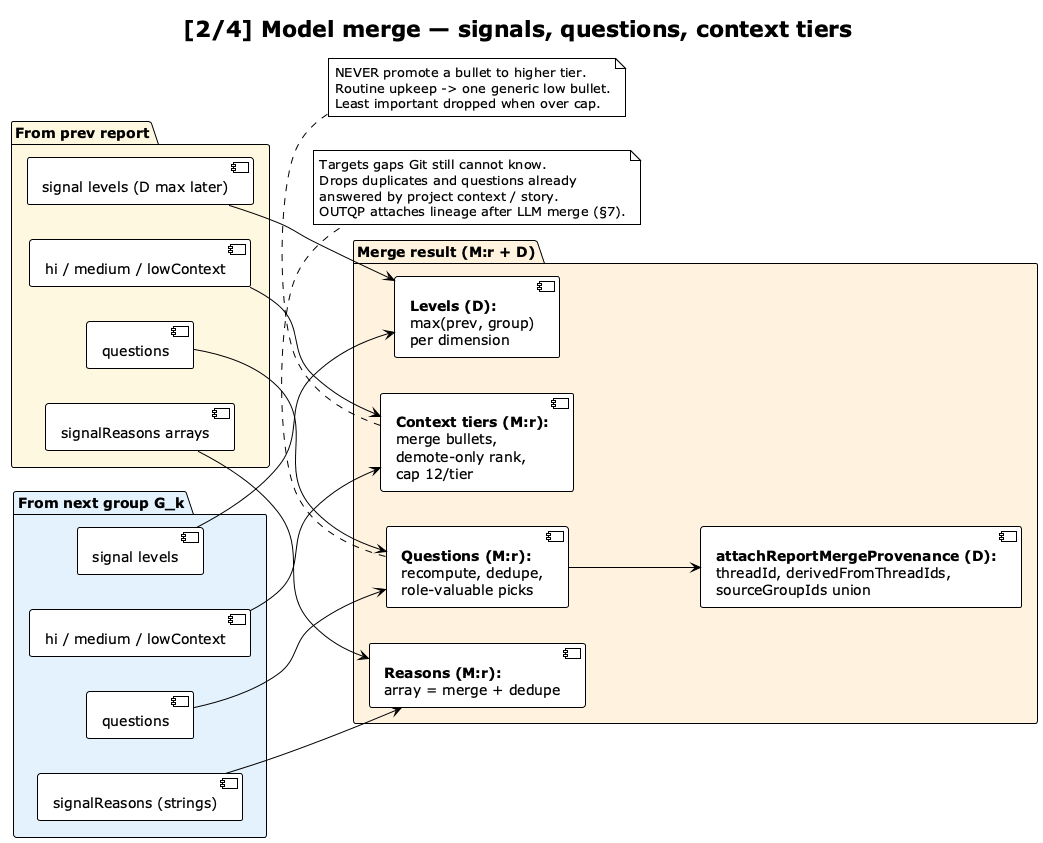
This is img/report-merge-model-detail.png from vzakharchenko/dev-workgraph, a PlantUML export, as it was before one commit.
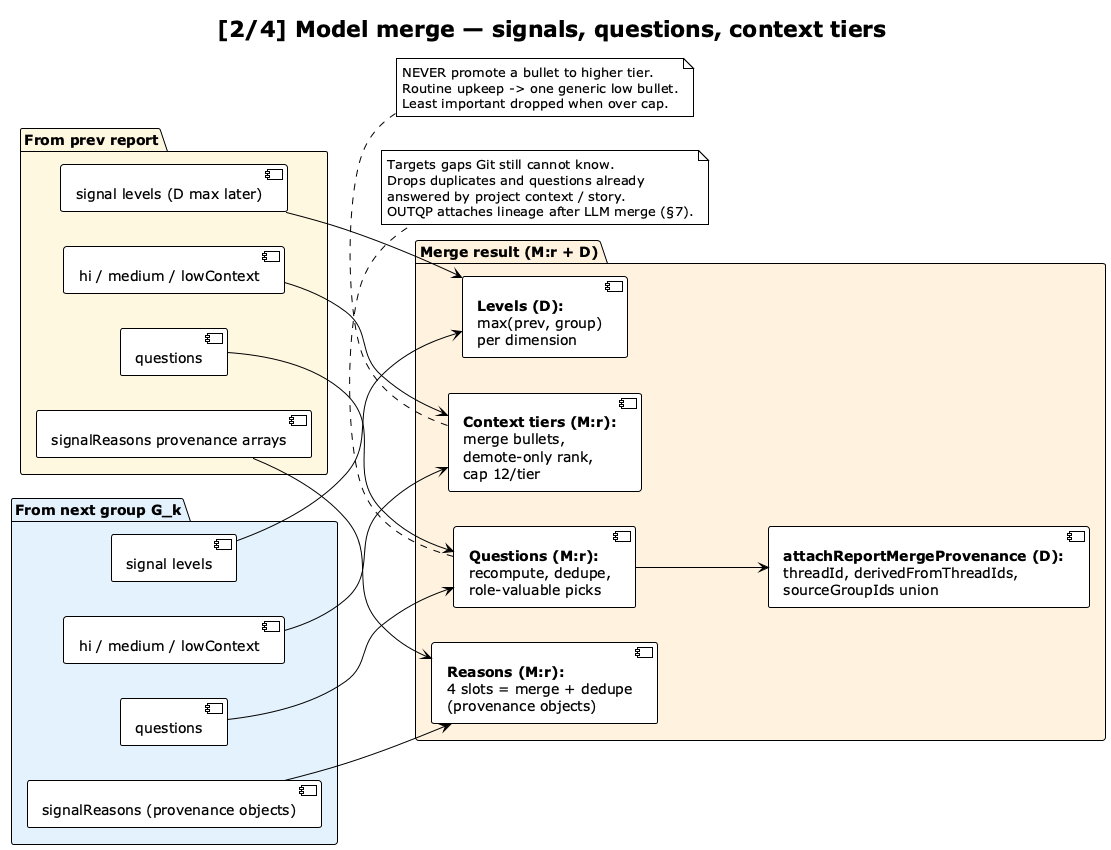
After the change.

Diff of the diagram source:
```diff
@@ -7,14 +7,14 @@
 left to right direction
 
 package "From prev report" #FFF8E1 {
-  component "signalReasons arrays" as PR
+  component "signalReasons provenance arrays" as PR
   component "questions" as PQ
   component "hi / medium / lowContext" as PC
   component "signal levels (D max later)" as PS
 }
 
 package "From next group G_k" #E3F2FD {
-  component "signalReasons (strings)" as GR
+  component "signalReasons (provenance objects)" as GR
   component "questions" as GQ
   component "hi / medium / lowContext" as GC
   component "signal levels" as GS
@@ -22,7 +22,7 @@
 
 package "Merge result (M:r + D)" #FFF3E0 {
   component "**Levels (D):**\nmax(prev, group)\nper dimension" as OUTS
-  component "**Reasons (M:r):**\narray = merge + dedupe" as OUTR
+  component "**Reasons (M:r):**\n4 slots = merge + dedupe\n(provenance objects)" as OUTR
   component "**Questions (M:r):**\nrecompute, dedupe,\nrole-valuable picks" as OUTQ
   component "**attachReportMergeProvenance (D):**\nthreadId, derivedFromThreadIds,\nsourceGroupIds union" as OUTQP
   component "**Context tiers (M:r):**\nmerge bullets,\ndemote-only rank,\ncap 12/tier" as OUTC
```
